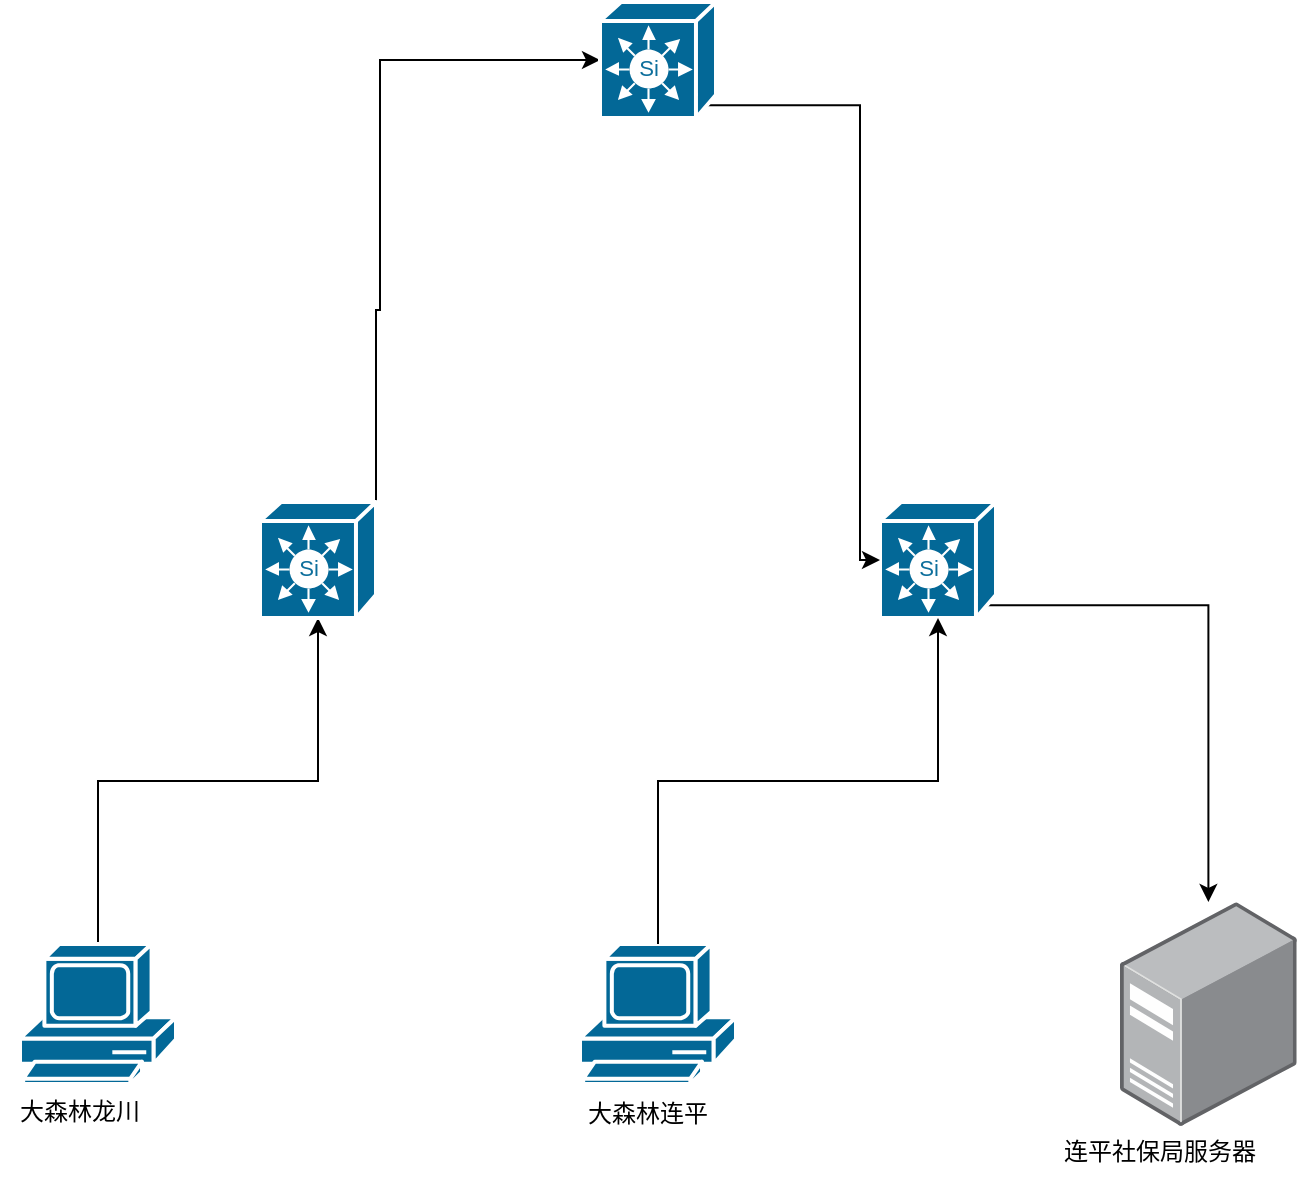
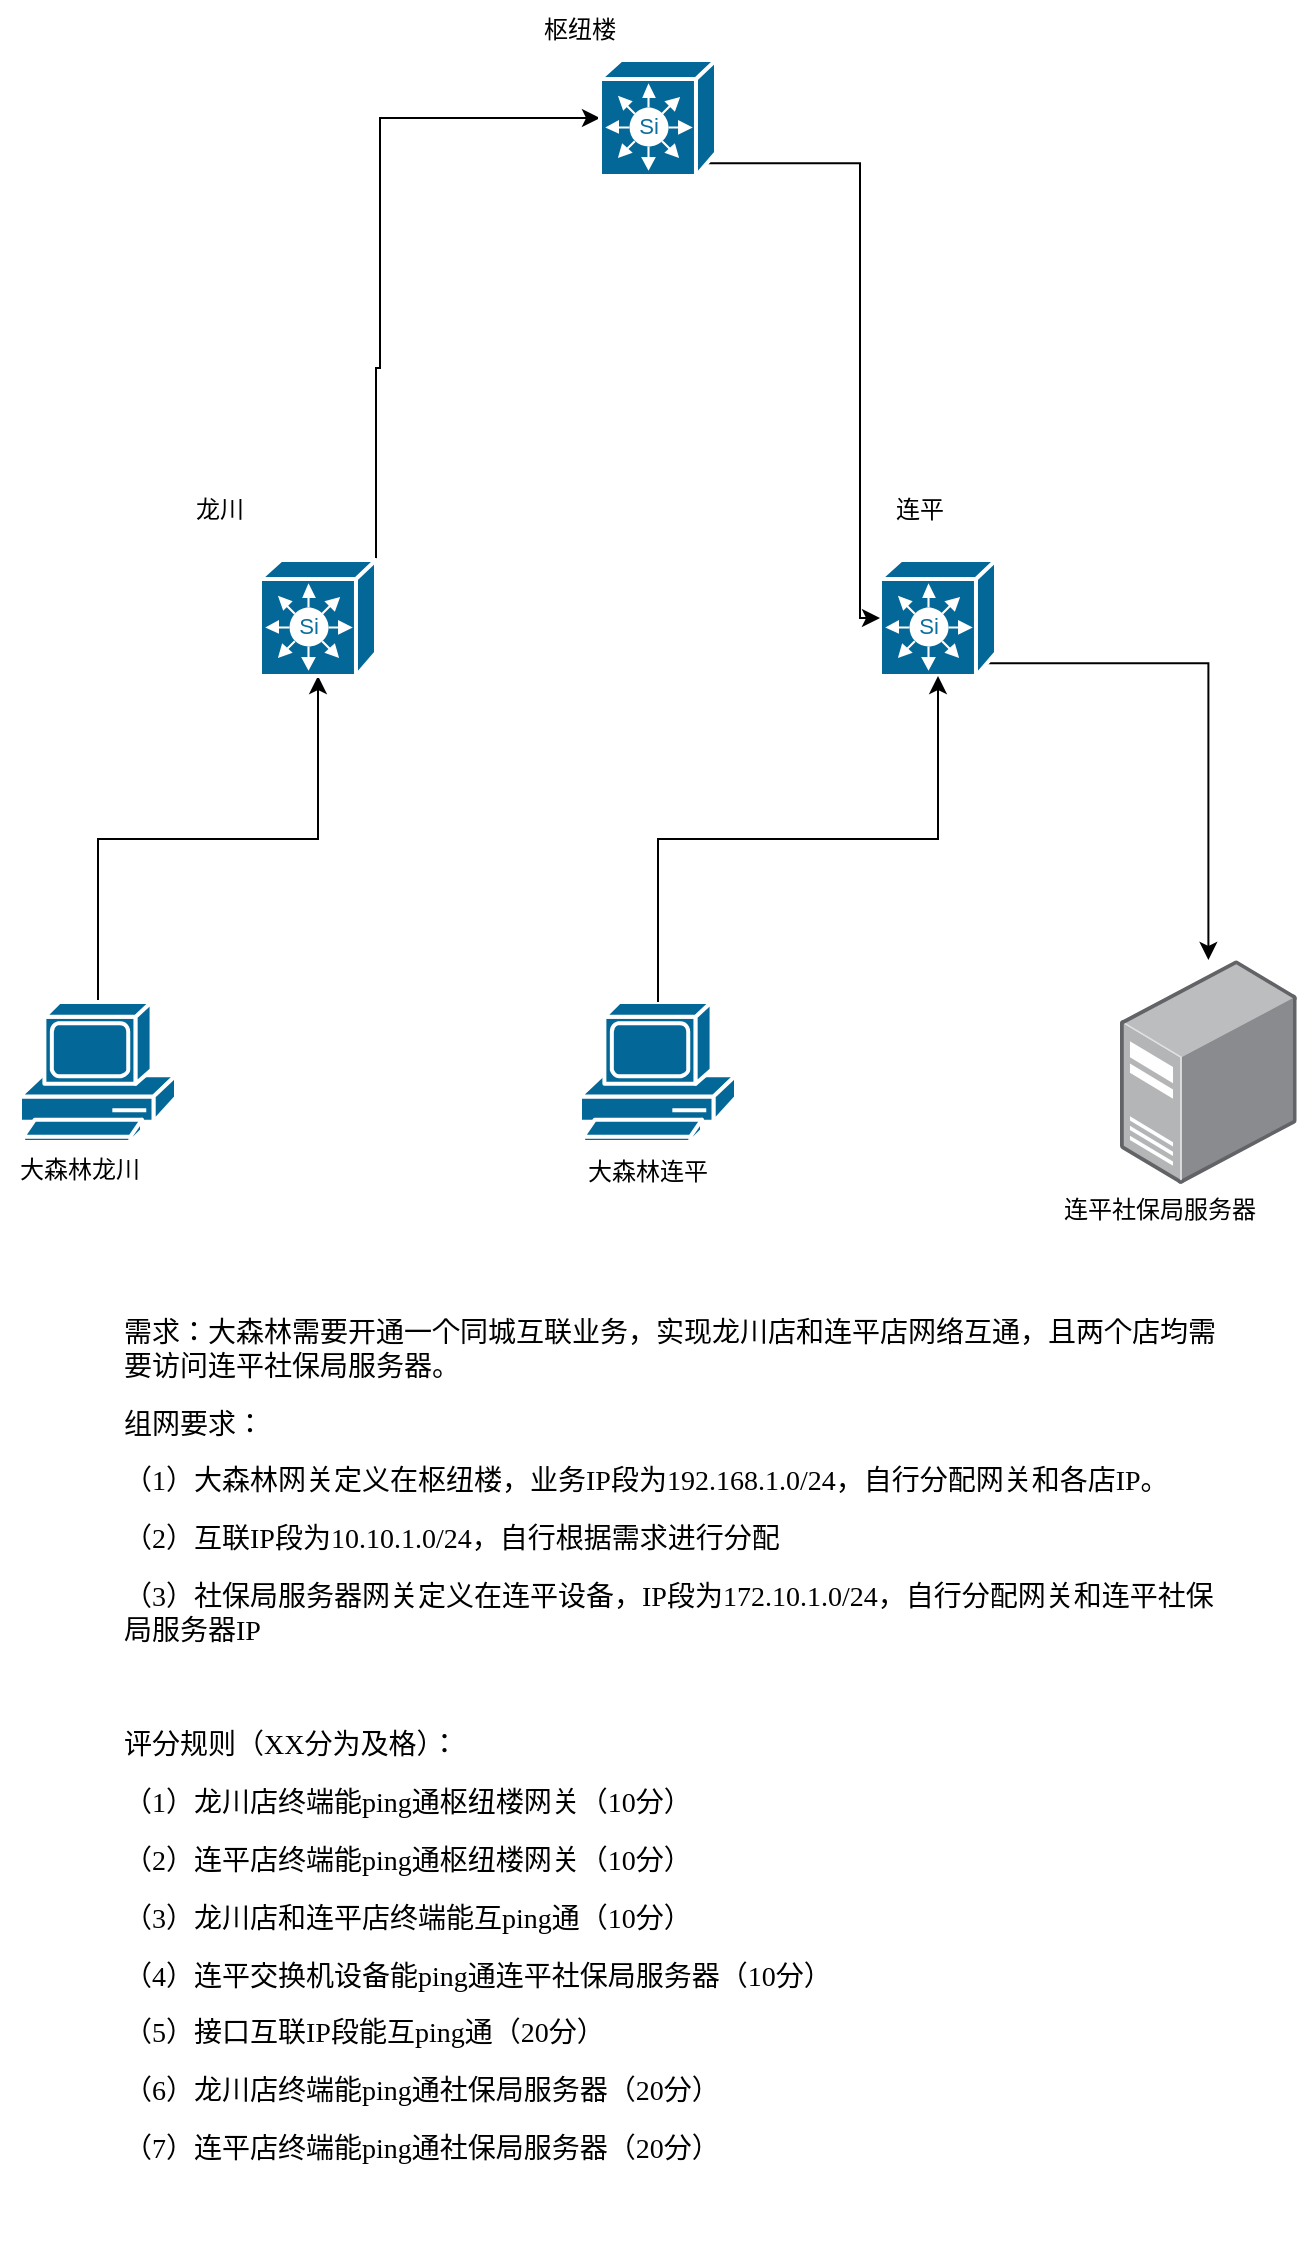
<mxfile host="app.diagrams.net" agent="Mozilla/5.0 (Windows NT 10.0; Win64; x64) AppleWebKit/537.36 (KHTML, like Gecko) Chrome/148.0.0.0 Safari/537.36 Edg/148.0.0.0" version="29.6.3">
  <diagram name="第 1 页" id="wlVZk_bkfFDo9jE-XTfM">
    <mxGraphModel dx="721" dy="966" grid="1" gridSize="10" guides="1" tooltips="1" connect="1" arrows="1" fold="1" page="1" pageScale="1" pageWidth="827" pageHeight="1169" math="0" shadow="0">
      <root>
        <mxCell id="0" />
        <mxCell id="1" parent="0" />
        <mxCell id="rIy1AtN8FkbjUDBpNLNd-8" edge="1" parent="1" source="rIy1AtN8FkbjUDBpNLNd-1" style="edgeStyle=orthogonalEdgeStyle;rounded=0;orthogonalLoop=1;jettySize=auto;html=1;exitX=0.5;exitY=0;exitDx=0;exitDy=0;exitPerimeter=0;" target="rIy1AtN8FkbjUDBpNLNd-5">
          <mxGeometry relative="1" as="geometry" />
        </mxCell>
        <mxCell id="rIy1AtN8FkbjUDBpNLNd-1" parent="1" style="sketch=0;html=1;pointerEvents=1;dashed=0;fillColor=#036897;strokeColor=#ffffff;strokeWidth=2;verticalLabelPosition=bottom;verticalAlign=top;align=center;outlineConnect=0;shape=mxgraph.cisco.computers_and_peripherals.pc;" value="" vertex="1">
          <mxGeometry height="70" width="78" x="100" y="641" as="geometry" />
        </mxCell>
        <mxCell id="rIy1AtN8FkbjUDBpNLNd-2" parent="1" style="sketch=0;html=1;pointerEvents=1;dashed=0;fillColor=#036897;strokeColor=#ffffff;strokeWidth=2;verticalLabelPosition=bottom;verticalAlign=top;align=center;outlineConnect=0;shape=mxgraph.cisco.computers_and_peripherals.pc;" value="" vertex="1">
          <mxGeometry height="70" width="78" x="380" y="641" as="geometry" />
        </mxCell>
        <mxCell id="rIy1AtN8FkbjUDBpNLNd-3" parent="1" style="image;points=[];aspect=fixed;html=1;align=center;shadow=0;dashed=0;image=img/lib/allied_telesis/computer_and_terminals/Server_Desktop.svg;" value="" vertex="1">
          <mxGeometry height="112" width="88.36" x="650" y="620" as="geometry" />
        </mxCell>
        <mxCell id="rIy1AtN8FkbjUDBpNLNd-12" edge="1" parent="1" source="rIy1AtN8FkbjUDBpNLNd-5" style="edgeStyle=orthogonalEdgeStyle;rounded=0;orthogonalLoop=1;jettySize=auto;html=1;exitX=1;exitY=0;exitDx=0;exitDy=0;exitPerimeter=0;" target="rIy1AtN8FkbjUDBpNLNd-7">
          <mxGeometry relative="1" as="geometry">
            <Array as="points">
              <mxPoint x="278" y="324" />
              <mxPoint x="280" y="324" />
              <mxPoint x="280" y="199" />
            </Array>
          </mxGeometry>
        </mxCell>
        <mxCell id="rIy1AtN8FkbjUDBpNLNd-5" parent="1" style="strokeColor=#ffffff;sketch=0;html=1;pointerEvents=1;dashed=0;fillColor=#036897;strokeWidth=2;verticalLabelPosition=bottom;verticalAlign=top;align=center;outlineConnect=0;shape=mxgraph.cisco.switches.simultilayer_switch;" value="" vertex="1">
          <mxGeometry height="57.99999999999999" width="57.99999999999999" x="220" y="420" as="geometry" />
        </mxCell>
        <mxCell id="rIy1AtN8FkbjUDBpNLNd-10" edge="1" parent="1" source="rIy1AtN8FkbjUDBpNLNd-6" style="edgeStyle=orthogonalEdgeStyle;rounded=0;orthogonalLoop=1;jettySize=auto;html=1;exitX=0.92;exitY=0.89;exitDx=0;exitDy=0;exitPerimeter=0;" target="rIy1AtN8FkbjUDBpNLNd-3">
          <mxGeometry relative="1" as="geometry" />
        </mxCell>
        <mxCell id="rIy1AtN8FkbjUDBpNLNd-6" parent="1" style="strokeColor=#ffffff;sketch=0;html=1;pointerEvents=1;dashed=0;fillColor=#036897;strokeWidth=2;verticalLabelPosition=bottom;verticalAlign=top;align=center;outlineConnect=0;shape=mxgraph.cisco.switches.simultilayer_switch;" value="" vertex="1">
          <mxGeometry height="57.99999999999999" width="57.99999999999999" x="530" y="420" as="geometry" />
        </mxCell>
        <mxCell id="rIy1AtN8FkbjUDBpNLNd-11" edge="1" parent="1" source="rIy1AtN8FkbjUDBpNLNd-7" style="edgeStyle=orthogonalEdgeStyle;rounded=0;orthogonalLoop=1;jettySize=auto;html=1;exitX=0.92;exitY=0.89;exitDx=0;exitDy=0;exitPerimeter=0;" target="rIy1AtN8FkbjUDBpNLNd-6">
          <mxGeometry relative="1" as="geometry">
            <Array as="points">
              <mxPoint x="520" y="222" />
              <mxPoint x="520" y="449" />
            </Array>
          </mxGeometry>
        </mxCell>
        <mxCell id="rIy1AtN8FkbjUDBpNLNd-7" parent="1" style="strokeColor=#ffffff;sketch=0;html=1;pointerEvents=1;dashed=0;fillColor=#036897;strokeWidth=2;verticalLabelPosition=bottom;verticalAlign=top;align=center;outlineConnect=0;shape=mxgraph.cisco.switches.simultilayer_switch;" value="" vertex="1">
          <mxGeometry height="57.99999999999999" width="57.99999999999999" x="390" y="170" as="geometry" />
        </mxCell>
        <mxCell id="rIy1AtN8FkbjUDBpNLNd-9" edge="1" parent="1" source="rIy1AtN8FkbjUDBpNLNd-2" style="edgeStyle=orthogonalEdgeStyle;rounded=0;orthogonalLoop=1;jettySize=auto;html=1;exitX=0.5;exitY=0;exitDx=0;exitDy=0;exitPerimeter=0;entryX=0.5;entryY=1;entryDx=0;entryDy=0;entryPerimeter=0;" target="rIy1AtN8FkbjUDBpNLNd-6">
          <mxGeometry relative="1" as="geometry" />
        </mxCell>
        <mxCell id="rIy1AtN8FkbjUDBpNLNd-13" parent="1" style="text;html=1;whiteSpace=wrap;strokeColor=none;fillColor=none;align=center;verticalAlign=middle;rounded=0;" value="大森林龙川" vertex="1">
          <mxGeometry height="30" width="80" x="90" y="710" as="geometry" />
        </mxCell>
        <mxCell id="rIy1AtN8FkbjUDBpNLNd-14" parent="1" style="text;html=1;whiteSpace=wrap;strokeColor=none;fillColor=none;align=center;verticalAlign=middle;rounded=0;" value="大森林连平" vertex="1">
          <mxGeometry height="30" width="80" x="374" y="711" as="geometry" />
        </mxCell>
        <mxCell id="rIy1AtN8FkbjUDBpNLNd-15" parent="1" style="text;html=1;whiteSpace=wrap;strokeColor=none;fillColor=none;align=center;verticalAlign=middle;rounded=0;" value="连平社保局服务器" vertex="1">
          <mxGeometry height="30" width="120" x="610" y="730" as="geometry" />
        </mxCell>
+         <mxCell id="vXeplIFSWKCc3kw2VImj-1" parent="1" style="text;html=1;whiteSpace=wrap;strokeColor=none;fillColor=none;align=center;verticalAlign=middle;rounded=0;" value="连平" vertex="1">
+           <mxGeometry height="30" width="60" x="520" y="380" as="geometry" />
+         </mxCell>
+         <mxCell id="vXeplIFSWKCc3kw2VImj-2" parent="1" style="text;html=1;whiteSpace=wrap;strokeColor=none;fillColor=none;align=center;verticalAlign=middle;rounded=0;" value="龙川" vertex="1">
+           <mxGeometry height="30" width="60" x="170" y="380" as="geometry" />
+         </mxCell>
+         <mxCell id="vXeplIFSWKCc3kw2VImj-4" parent="1" style="text;html=1;whiteSpace=wrap;strokeColor=none;fillColor=none;align=center;verticalAlign=middle;rounded=0;" value="枢纽楼" vertex="1">
+           <mxGeometry height="30" width="60" x="350" y="140" as="geometry" />
+         </mxCell>
+         <mxCell id="vXeplIFSWKCc3kw2VImj-5" parent="1" style="text;whiteSpace=wrap;html=1;" value="&lt;p class=&quot;MsoNormal&quot;&gt;&lt;span style=&quot;mso-spacerun:&#39;yes&#39;;font-family:宋体;mso-ascii-font-family:Calibri;&#xa;mso-hansi-font-family:Calibri;mso-bidi-font-family:&#39;Times New Roman&#39;;font-size:10.5000pt;&#xa;mso-font-kerning:1.0000pt;&quot;&gt;&lt;font face=&quot;宋体&quot;&gt;需求：大森林需要开通一个同城互联业务，实现龙川店和连平店网络互通，且两个店均需要访问连平社保局服务器。&lt;/font&gt;&lt;/span&gt;&lt;span style=&quot;mso-spacerun:&#39;yes&#39;;font-family:宋体;mso-ascii-font-family:Calibri;&#xa;mso-hansi-font-family:Calibri;mso-bidi-font-family:&#39;Times New Roman&#39;;font-size:10.5000pt;&#xa;mso-font-kerning:1.0000pt;&quot;&gt;&lt;/span&gt;&lt;/p&gt;&lt;p class=&quot;MsoNormal&quot;&gt;&lt;span style=&quot;mso-spacerun:&#39;yes&#39;;font-family:宋体;mso-ascii-font-family:Calibri;&#xa;mso-hansi-font-family:Calibri;mso-bidi-font-family:&#39;Times New Roman&#39;;font-size:10.5000pt;&#xa;mso-font-kerning:1.0000pt;&quot;&gt;&lt;font face=&quot;宋体&quot;&gt;组网要求：&lt;/font&gt;&lt;/span&gt;&lt;span style=&quot;mso-spacerun:&#39;yes&#39;;font-family:宋体;mso-ascii-font-family:Calibri;&#xa;mso-hansi-font-family:Calibri;mso-bidi-font-family:&#39;Times New Roman&#39;;font-size:10.5000pt;&#xa;mso-font-kerning:1.0000pt;&quot;&gt;&lt;/span&gt;&lt;/p&gt;&lt;p class=&quot;MsoNormal&quot; style=&quot;mso-list:l0 level1 lfo1;&quot;&gt;&lt;span style=&quot;font-family:宋体;mso-ascii-font-family:Calibri;mso-hansi-font-family:Calibri;&#xa;mso-bidi-font-family:&#39;Times New Roman&#39;;font-size:10.5000pt;mso-font-kerning:1.0000pt;&quot;&gt;&lt;span style=&quot;mso-list:Ignore;&quot;&gt;（1）&lt;/span&gt;&lt;/span&gt;&lt;span style=&quot;mso-spacerun:&#39;yes&#39;;font-family:宋体;mso-ascii-font-family:Calibri;&#xa;mso-hansi-font-family:Calibri;mso-bidi-font-family:&#39;Times New Roman&#39;;font-size:10.5000pt;&#xa;mso-font-kerning:1.0000pt;&quot;&gt;&lt;font face=&quot;宋体&quot;&gt;大森林网关定义在枢纽楼，业务&lt;/font&gt;&lt;font face=&quot;Calibri&quot;&gt;IP&lt;/font&gt;&lt;font face=&quot;宋体&quot;&gt;段为&lt;/font&gt;&lt;font face=&quot;Calibri&quot;&gt;192.168.1.0/24&lt;/font&gt;&lt;font face=&quot;宋体&quot;&gt;，自行分配网关和各店&lt;/font&gt;&lt;font face=&quot;Calibri&quot;&gt;IP&lt;/font&gt;&lt;font face=&quot;宋体&quot;&gt;。&lt;/font&gt;&lt;/span&gt;&lt;span style=&quot;mso-spacerun:&#39;yes&#39;;font-family:宋体;mso-ascii-font-family:Calibri;&#xa;mso-hansi-font-family:Calibri;mso-bidi-font-family:&#39;Times New Roman&#39;;font-size:10.5000pt;&#xa;mso-font-kerning:1.0000pt;&quot;&gt;&lt;/span&gt;&lt;/p&gt;&lt;p class=&quot;MsoNormal&quot; style=&quot;mso-list:l0 level1 lfo1;&quot;&gt;&lt;span style=&quot;font-family:宋体;mso-ascii-font-family:Calibri;mso-hansi-font-family:Calibri;&#xa;mso-bidi-font-family:&#39;Times New Roman&#39;;font-size:10.5000pt;mso-font-kerning:1.0000pt;&quot;&gt;&lt;span style=&quot;mso-list:Ignore;&quot;&gt;（2）&lt;/span&gt;&lt;/span&gt;&lt;span style=&quot;mso-spacerun:&#39;yes&#39;;font-family:宋体;mso-ascii-font-family:Calibri;&#xa;mso-hansi-font-family:Calibri;mso-bidi-font-family:&#39;Times New Roman&#39;;font-size:10.5000pt;&#xa;mso-font-kerning:1.0000pt;&quot;&gt;&lt;font face=&quot;宋体&quot;&gt;互联&lt;/font&gt;&lt;font face=&quot;Calibri&quot;&gt;IP&lt;/font&gt;&lt;font face=&quot;宋体&quot;&gt;段为&lt;/font&gt;&lt;font face=&quot;Calibri&quot;&gt;10.10.1.0/24&lt;/font&gt;&lt;font face=&quot;宋体&quot;&gt;，自行根据需求进行分配&lt;/font&gt;&lt;/span&gt;&lt;span style=&quot;mso-spacerun:&#39;yes&#39;;font-family:Calibri;mso-fareast-font-family:宋体;&#xa;mso-bidi-font-family:&#39;Times New Roman&#39;;font-size:10.5000pt;mso-font-kerning:1.0000pt;&quot;&gt;&lt;/span&gt;&lt;/p&gt;&lt;p class=&quot;MsoNormal&quot; style=&quot;mso-list:l0 level1 lfo1;&quot;&gt;&lt;span style=&quot;font-family:宋体;mso-ascii-font-family:Calibri;mso-hansi-font-family:Calibri;&#xa;mso-bidi-font-family:&#39;Times New Roman&#39;;font-size:10.5000pt;mso-font-kerning:1.0000pt;&quot;&gt;&lt;span style=&quot;mso-list:Ignore;&quot;&gt;（3）&lt;/span&gt;&lt;/span&gt;&lt;span style=&quot;mso-spacerun:&#39;yes&#39;;font-family:宋体;mso-ascii-font-family:Calibri;&#xa;mso-hansi-font-family:Calibri;mso-bidi-font-family:&#39;Times New Roman&#39;;font-size:10.5000pt;&#xa;mso-font-kerning:1.0000pt;&quot;&gt;&lt;font face=&quot;宋体&quot;&gt;社保局服务器网关定义在连平设备，&lt;/font&gt;&lt;font face=&quot;Calibri&quot;&gt;IP&lt;/font&gt;&lt;font face=&quot;宋体&quot;&gt;段为&lt;/font&gt;&lt;font face=&quot;Calibri&quot;&gt;172.10.1.0/24&lt;/font&gt;&lt;font face=&quot;宋体&quot;&gt;，自行分配网关和连平社保局服务器&lt;/font&gt;&lt;font face=&quot;Calibri&quot;&gt;IP&lt;/font&gt;&lt;/span&gt;&lt;span style=&quot;mso-spacerun:&#39;yes&#39;;font-family:Calibri;mso-fareast-font-family:宋体;&#xa;mso-bidi-font-family:&#39;Times New Roman&#39;;font-size:10.5000pt;mso-font-kerning:1.0000pt;&quot;&gt;&lt;/span&gt;&lt;/p&gt;&lt;p class=&quot;MsoNormal&quot; align=&quot;justify&quot; style=&quot;mso-pagination:none;text-align:justify;text-justify:inter-ideograph;&quot;&gt;&lt;span style=&quot;mso-spacerun:&#39;yes&#39;;font-family:宋体;mso-ascii-font-family:Calibri;&#xa;mso-hansi-font-family:Calibri;mso-bidi-font-family:&#39;Times New Roman&#39;;font-size:10.5000pt;&#xa;mso-font-kerning:1.0000pt;&quot;&gt;&amp;nbsp;&lt;/span&gt;&lt;/p&gt;&lt;p class=&quot;MsoNormal&quot; align=&quot;justify&quot; style=&quot;mso-pagination:none;text-align:justify;text-justify:inter-ideograph;&quot;&gt;&lt;span style=&quot;mso-spacerun:&#39;yes&#39;;font-family:宋体;mso-ascii-font-family:Calibri;&#xa;mso-hansi-font-family:Calibri;mso-bidi-font-family:&#39;Times New Roman&#39;;font-size:10.5000pt;&#xa;mso-font-kerning:1.0000pt;&quot;&gt;&lt;font face=&quot;宋体&quot;&gt;评分规则（&lt;/font&gt;&lt;font face=&quot;Calibri&quot;&gt;XX&lt;/font&gt;&lt;font face=&quot;宋体&quot;&gt;分为及格）：&lt;/font&gt;&lt;/span&gt;&lt;span style=&quot;mso-spacerun:&#39;yes&#39;;font-family:宋体;mso-ascii-font-family:Calibri;&#xa;mso-hansi-font-family:Calibri;mso-bidi-font-family:&#39;Times New Roman&#39;;font-size:10.5000pt;&#xa;mso-font-kerning:1.0000pt;&quot;&gt;&lt;/span&gt;&lt;/p&gt;&lt;p class=&quot;MsoNormal&quot; align=&quot;justify&quot; style=&quot;mso-pagination:none;text-align:justify;text-justify:inter-ideograph;&#xa;mso-list:l1 level1 lfo2;&quot;&gt;&lt;span style=&quot;font-family:宋体;mso-ascii-font-family:Calibri;mso-hansi-font-family:Calibri;&#xa;mso-bidi-font-family:&#39;Times New Roman&#39;;font-size:10.5000pt;mso-font-kerning:1.0000pt;&quot;&gt;&lt;span style=&quot;mso-list:Ignore;&quot;&gt;（1）&lt;/span&gt;&lt;/span&gt;&lt;span style=&quot;mso-spacerun:&#39;yes&#39;;font-family:宋体;mso-ascii-font-family:Calibri;&#xa;mso-hansi-font-family:Calibri;mso-bidi-font-family:&#39;Times New Roman&#39;;font-size:10.5000pt;&#xa;mso-font-kerning:1.0000pt;&quot;&gt;&lt;font face=&quot;宋体&quot;&gt;龙川店终端能&lt;/font&gt;&lt;font face=&quot;Calibri&quot;&gt;ping&lt;/font&gt;&lt;font face=&quot;宋体&quot;&gt;通枢纽楼网关（&lt;/font&gt;&lt;font face=&quot;Calibri&quot;&gt;10&lt;/font&gt;&lt;font face=&quot;宋体&quot;&gt;分）&lt;/font&gt;&lt;/span&gt;&lt;span style=&quot;mso-spacerun:&#39;yes&#39;;font-family:宋体;mso-ascii-font-family:Calibri;&#xa;mso-hansi-font-family:Calibri;mso-bidi-font-family:&#39;Times New Roman&#39;;font-size:10.5000pt;&#xa;mso-font-kerning:1.0000pt;&quot;&gt;&lt;/span&gt;&lt;/p&gt;&lt;p class=&quot;MsoNormal&quot; align=&quot;justify&quot; style=&quot;mso-pagination:none;text-align:justify;text-justify:inter-ideograph;&#xa;mso-list:l1 level1 lfo2;&quot;&gt;&lt;span style=&quot;font-family:宋体;mso-ascii-font-family:Calibri;mso-hansi-font-family:Calibri;&#xa;mso-bidi-font-family:&#39;Times New Roman&#39;;font-size:10.5000pt;mso-font-kerning:1.0000pt;&quot;&gt;&lt;span style=&quot;mso-list:Ignore;&quot;&gt;（2）&lt;/span&gt;&lt;/span&gt;&lt;span style=&quot;mso-spacerun:&#39;yes&#39;;font-family:宋体;mso-ascii-font-family:Calibri;&#xa;mso-hansi-font-family:Calibri;mso-bidi-font-family:&#39;Times New Roman&#39;;font-size:10.5000pt;&#xa;mso-font-kerning:1.0000pt;&quot;&gt;&lt;font face=&quot;宋体&quot;&gt;连平店终端能&lt;/font&gt;&lt;font face=&quot;Calibri&quot;&gt;ping&lt;/font&gt;&lt;font face=&quot;宋体&quot;&gt;通枢纽楼网关（&lt;/font&gt;&lt;font face=&quot;Calibri&quot;&gt;10&lt;/font&gt;&lt;font face=&quot;宋体&quot;&gt;分）&lt;/font&gt;&lt;/span&gt;&lt;span style=&quot;mso-spacerun:&#39;yes&#39;;font-family:宋体;mso-ascii-font-family:Calibri;&#xa;mso-hansi-font-family:Calibri;mso-bidi-font-family:&#39;Times New Roman&#39;;font-size:10.5000pt;&#xa;mso-font-kerning:1.0000pt;&quot;&gt;&lt;/span&gt;&lt;/p&gt;&lt;p class=&quot;MsoNormal&quot; align=&quot;justify&quot; style=&quot;mso-pagination:none;text-align:justify;text-justify:inter-ideograph;&#xa;mso-list:l1 level1 lfo2;&quot;&gt;&lt;span style=&quot;font-family:宋体;mso-ascii-font-family:Calibri;mso-hansi-font-family:Calibri;&#xa;mso-bidi-font-family:&#39;Times New Roman&#39;;font-size:10.5000pt;mso-font-kerning:1.0000pt;&quot;&gt;&lt;span style=&quot;mso-list:Ignore;&quot;&gt;（3）&lt;/span&gt;&lt;/span&gt;&lt;span style=&quot;mso-spacerun:&#39;yes&#39;;font-family:宋体;mso-ascii-font-family:Calibri;&#xa;mso-hansi-font-family:Calibri;mso-bidi-font-family:&#39;Times New Roman&#39;;font-size:10.5000pt;&#xa;mso-font-kerning:1.0000pt;&quot;&gt;&lt;font face=&quot;宋体&quot;&gt;龙川店和连平店终端能互&lt;/font&gt;&lt;font face=&quot;Calibri&quot;&gt;ping&lt;/font&gt;&lt;font face=&quot;宋体&quot;&gt;通（&lt;/font&gt;&lt;font face=&quot;Calibri&quot;&gt;10&lt;/font&gt;&lt;font face=&quot;宋体&quot;&gt;分）&lt;/font&gt;&lt;/span&gt;&lt;span style=&quot;mso-spacerun:&#39;yes&#39;;font-family:宋体;mso-ascii-font-family:Calibri;&#xa;mso-hansi-font-family:Calibri;mso-bidi-font-family:&#39;Times New Roman&#39;;font-size:10.5000pt;&#xa;mso-font-kerning:1.0000pt;&quot;&gt;&lt;/span&gt;&lt;/p&gt;&lt;p class=&quot;MsoNormal&quot; align=&quot;justify&quot; style=&quot;mso-pagination:none;text-align:justify;text-justify:inter-ideograph;&#xa;mso-list:l1 level1 lfo2;&quot;&gt;&lt;span style=&quot;font-family:宋体;mso-ascii-font-family:Calibri;mso-hansi-font-family:Calibri;&#xa;mso-bidi-font-family:&#39;Times New Roman&#39;;font-size:10.5000pt;mso-font-kerning:1.0000pt;&quot;&gt;&lt;span style=&quot;mso-list:Ignore;&quot;&gt;（4）&lt;/span&gt;&lt;/span&gt;&lt;span style=&quot;mso-spacerun:&#39;yes&#39;;font-family:宋体;mso-ascii-font-family:Calibri;&#xa;mso-hansi-font-family:Calibri;mso-bidi-font-family:&#39;Times New Roman&#39;;font-size:10.5000pt;&#xa;mso-font-kerning:1.0000pt;&quot;&gt;&lt;font face=&quot;宋体&quot;&gt;连平交换机设备能&lt;/font&gt;&lt;font face=&quot;Calibri&quot;&gt;ping&lt;/font&gt;&lt;font face=&quot;宋体&quot;&gt;通连平社保局服务器（&lt;/font&gt;&lt;font face=&quot;Calibri&quot;&gt;10&lt;/font&gt;&lt;font face=&quot;宋体&quot;&gt;分）&lt;/font&gt;&lt;/span&gt;&lt;span style=&quot;mso-spacerun:&#39;yes&#39;;font-family:宋体;mso-ascii-font-family:Calibri;&#xa;mso-hansi-font-family:Calibri;mso-bidi-font-family:&#39;Times New Roman&#39;;font-size:10.5000pt;&#xa;mso-font-kerning:1.0000pt;&quot;&gt;&lt;/span&gt;&lt;/p&gt;&lt;p class=&quot;MsoNormal&quot; align=&quot;justify&quot; style=&quot;mso-pagination:none;text-align:justify;text-justify:inter-ideograph;&#xa;mso-list:l1 level1 lfo2;&quot;&gt;&lt;span style=&quot;font-family:宋体;mso-ascii-font-family:Calibri;mso-hansi-font-family:Calibri;&#xa;mso-bidi-font-family:&#39;Times New Roman&#39;;font-size:10.5000pt;mso-font-kerning:1.0000pt;&quot;&gt;&lt;span style=&quot;mso-list:Ignore;&quot;&gt;（5）&lt;/span&gt;&lt;/span&gt;&lt;span style=&quot;mso-spacerun:&#39;yes&#39;;font-family:宋体;mso-ascii-font-family:Calibri;&#xa;mso-hansi-font-family:Calibri;mso-bidi-font-family:&#39;Times New Roman&#39;;font-size:10.5000pt;&#xa;mso-font-kerning:1.0000pt;&quot;&gt;&lt;font face=&quot;宋体&quot;&gt;接口互联&lt;/font&gt;&lt;font face=&quot;Calibri&quot;&gt;IP&lt;/font&gt;&lt;font face=&quot;宋体&quot;&gt;段能互&lt;/font&gt;&lt;font face=&quot;Calibri&quot;&gt;ping&lt;/font&gt;&lt;font face=&quot;宋体&quot;&gt;通（&lt;/font&gt;&lt;font face=&quot;Calibri&quot;&gt;20&lt;/font&gt;&lt;font face=&quot;宋体&quot;&gt;分）&lt;/font&gt;&lt;/span&gt;&lt;span style=&quot;mso-spacerun:&#39;yes&#39;;font-family:宋体;mso-ascii-font-family:Calibri;&#xa;mso-hansi-font-family:Calibri;mso-bidi-font-family:&#39;Times New Roman&#39;;font-size:10.5000pt;&#xa;mso-font-kerning:1.0000pt;&quot;&gt;&lt;/span&gt;&lt;/p&gt;&lt;p class=&quot;MsoNormal&quot; align=&quot;justify&quot; style=&quot;mso-pagination:none;text-align:justify;text-justify:inter-ideograph;&#xa;mso-list:l1 level1 lfo2;&quot;&gt;&lt;span style=&quot;font-family:宋体;mso-ascii-font-family:Calibri;mso-hansi-font-family:Calibri;&#xa;mso-bidi-font-family:&#39;Times New Roman&#39;;font-size:10.5000pt;mso-font-kerning:1.0000pt;&quot;&gt;&lt;span style=&quot;mso-list:Ignore;&quot;&gt;（6）&lt;/span&gt;&lt;/span&gt;&lt;span style=&quot;mso-spacerun:&#39;yes&#39;;font-family:宋体;mso-ascii-font-family:Calibri;&#xa;mso-hansi-font-family:Calibri;mso-bidi-font-family:&#39;Times New Roman&#39;;font-size:10.5000pt;&#xa;mso-font-kerning:1.0000pt;&quot;&gt;&lt;font face=&quot;宋体&quot;&gt;龙川店终端能&lt;/font&gt;&lt;font face=&quot;Calibri&quot;&gt;ping&lt;/font&gt;&lt;font face=&quot;宋体&quot;&gt;通社保局服务器（&lt;/font&gt;&lt;font face=&quot;Calibri&quot;&gt;20&lt;/font&gt;&lt;font face=&quot;宋体&quot;&gt;分）&lt;/font&gt;&lt;/span&gt;&lt;span style=&quot;mso-spacerun:&#39;yes&#39;;font-family:宋体;mso-ascii-font-family:Calibri;&#xa;mso-hansi-font-family:Calibri;mso-bidi-font-family:&#39;Times New Roman&#39;;font-size:10.5000pt;&#xa;mso-font-kerning:1.0000pt;&quot;&gt;&lt;/span&gt;&lt;/p&gt;&lt;p class=&quot;MsoNormal&quot; align=&quot;justify&quot; style=&quot;mso-pagination:none;text-align:justify;text-justify:inter-ideograph;&#xa;mso-list:l1 level1 lfo2;&quot;&gt;&lt;span style=&quot;font-family:宋体;mso-ascii-font-family:Calibri;mso-hansi-font-family:Calibri;&#xa;mso-bidi-font-family:&#39;Times New Roman&#39;;font-size:10.5000pt;mso-font-kerning:1.0000pt;&quot;&gt;&lt;span style=&quot;mso-list:Ignore;&quot;&gt;（7）&lt;/span&gt;&lt;/span&gt;&lt;span style=&quot;mso-spacerun:&#39;yes&#39;;font-family:宋体;mso-ascii-font-family:Calibri;&#xa;mso-hansi-font-family:Calibri;mso-bidi-font-family:&#39;Times New Roman&#39;;font-size:10.5000pt;&#xa;mso-font-kerning:1.0000pt;&quot;&gt;&lt;font face=&quot;宋体&quot;&gt;连平店终端能&lt;/font&gt;&lt;font face=&quot;Calibri&quot;&gt;ping&lt;/font&gt;&lt;font face=&quot;宋体&quot;&gt;通社保局服务器（&lt;/font&gt;&lt;font face=&quot;Calibri&quot;&gt;20&lt;/font&gt;&lt;font face=&quot;宋体&quot;&gt;分）&lt;/font&gt;&lt;/span&gt;&lt;span style=&quot;mso-spacerun:&#39;yes&#39;;font-family:宋体;mso-ascii-font-family:Calibri;&#xa;mso-hansi-font-family:Calibri;mso-bidi-font-family:&#39;Times New Roman&#39;;font-size:10.5000pt;&#xa;mso-font-kerning:1.0000pt;&quot;&gt;&lt;/span&gt;&lt;/p&gt;" vertex="1">
+           <mxGeometry height="480" width="560" x="150" y="780" as="geometry" />
+         </mxCell>
      </root>
    </mxGraphModel>
  </diagram>
</mxfile>
